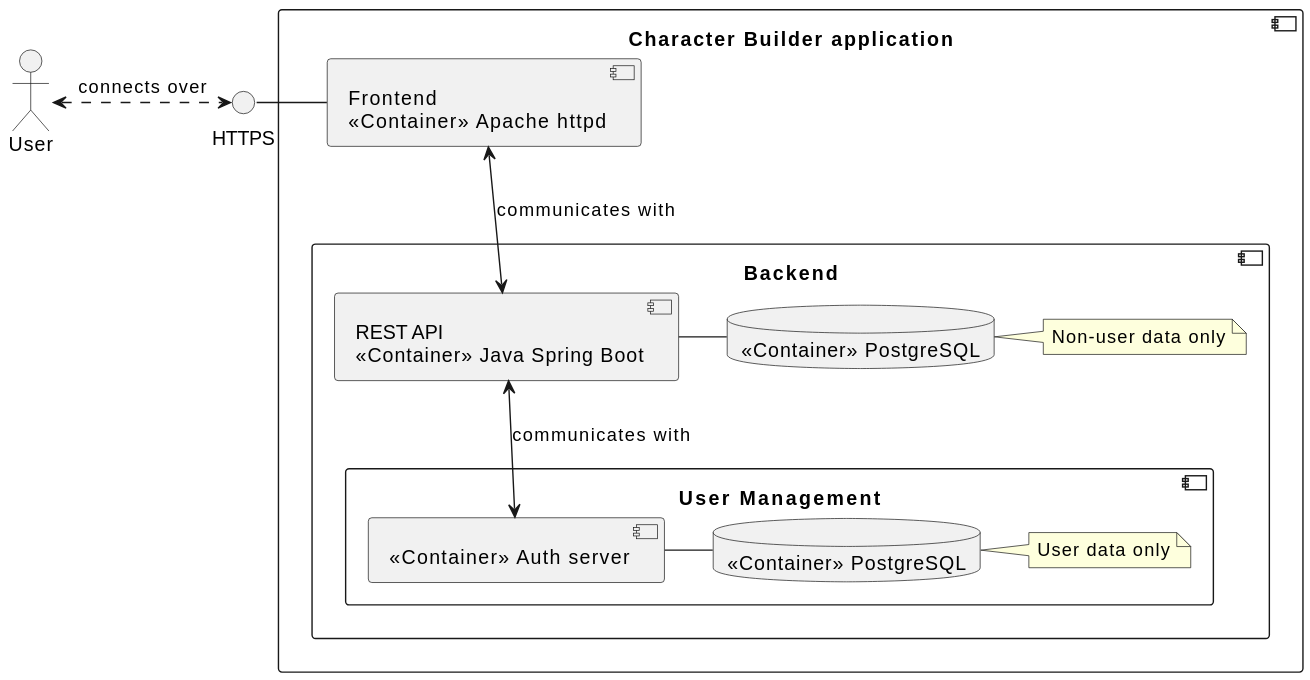
speier-v/CharacterBuilder keeps this PlantUML diagram as docs/component_diagram.svg. Above is the earlier version.
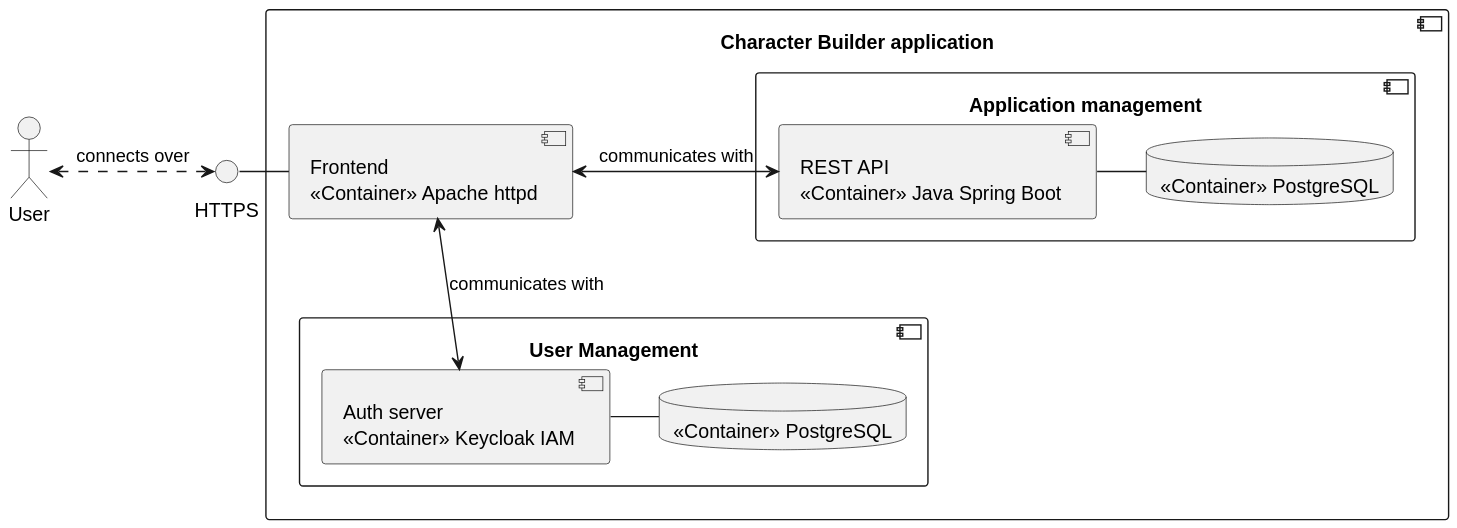
The same file after the commit.

Commit message:
chore(docs): updated generated component diagram svg

What changed in the source:
```diff
@@ -4,27 +4,23 @@
 User <.> Interface_HTTPS: connects over
 
 component "Character Builder application" {
+
 [Frontend\n<<Container>> Apache httpd] as Frontend
 
-component "Backend" {
-  [REST API\n<<Container>> Java Spring Boot] as SpringBootBackend
+component "Application management"{
+[REST API\n<<Container>> Java Spring Boot] as SpringBootBackend
   Database "<<Container>> PostgreSQL" as NonUserDataDb
-  note right of NonUserDataDb
-    Non-user data only
-  end note
-  component "User Management" {
+}
+
+component "User Management" {
     Database "<<Container>> PostgreSQL" as UserDataDb
-    [<<Container>> Auth server] as AuthServer
-    note right of UserDataDb
-      User data only
-    end note
-  }
+    [Auth server\n<<Container>> Keycloak IAM] as AuthServer
 }
 
 Interface_HTTPS - Frontend
-Frontend <--> SpringBootBackend: communicates with
+Frontend <-> SpringBootBackend: communicates with
+Frontend <--> AuthServer: communicates with
 SpringBootBackend - NonUserDataDb
-SpringBootBackend <--> AuthServer: communicates with
 AuthServer - UserDataDb
 
 }
```
